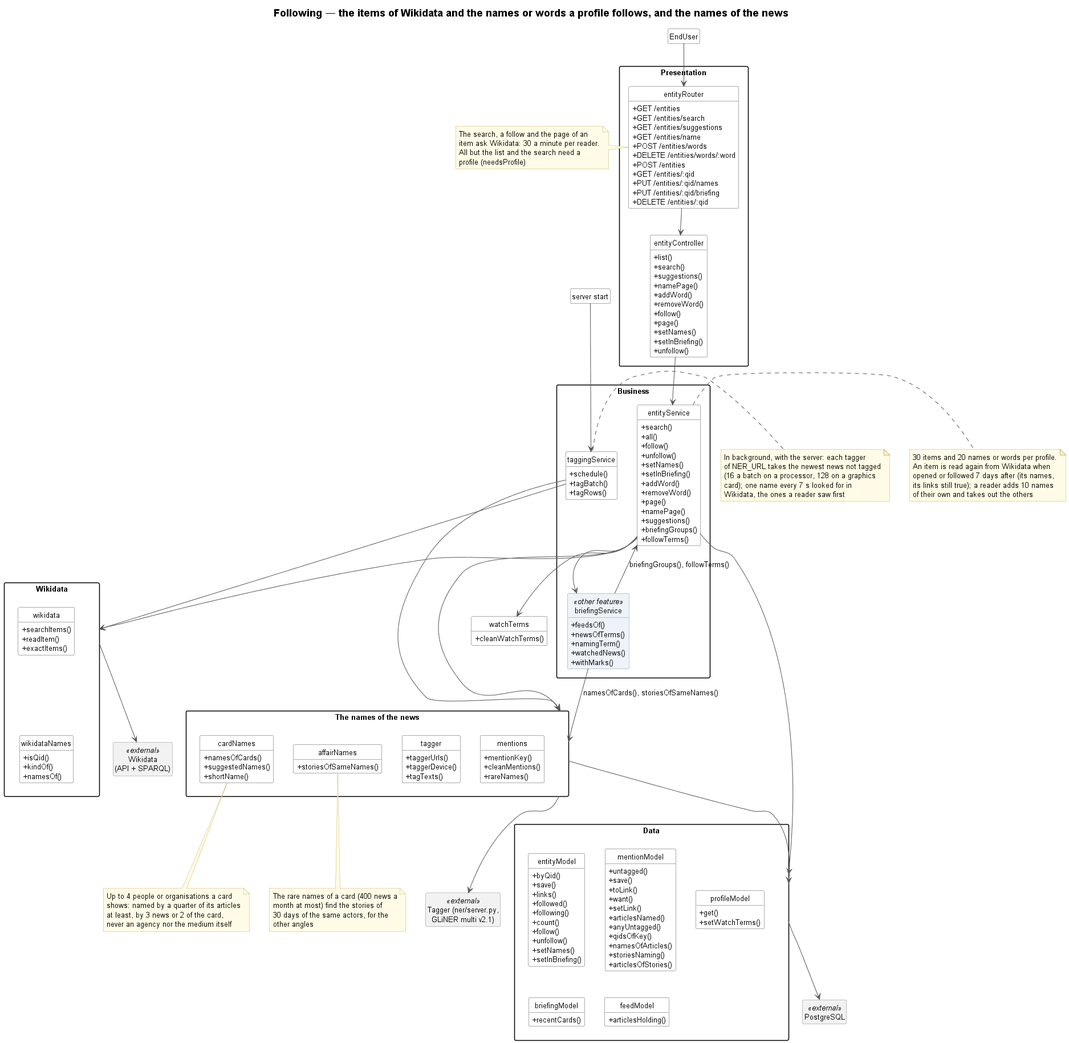
Before: docs/following/10-following.png, a diagram exported from PlantUML (TPI2026-NewsGenerator/NewsGenerator-Backend).
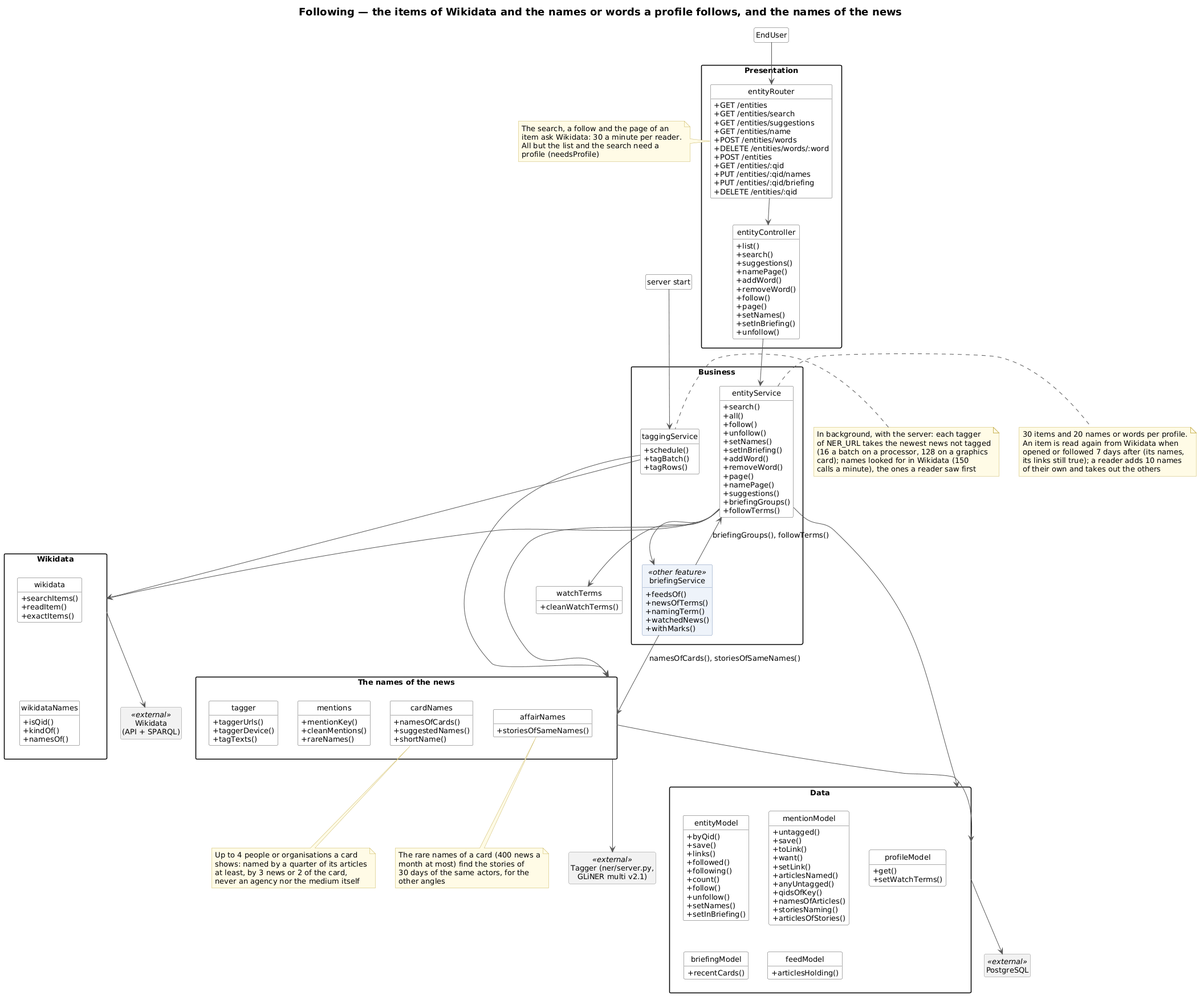
The same file after the commit.

Commit message:
Diagrams drawn again for the Wikidata calls: 150 a minute, maxlag 10

The edit, as a diff of the source:
```diff
@@ -1,5 +1,5 @@
 @startuml 10-following
-!include _style.iuml
+!include ../_style/class.iuml
 title Following — the items of Wikidata and the names or words a profile follows, and the names of the news
 
 class EndUser
@@ -77,8 +77,8 @@
     In background, with the server: each tagger
     of NER_URL takes the newest news not tagged
     (16 a batch on a processor, 128 on a graphics
-    card); one name every 7 s looked for in
-    Wikidata, the ones a reader saw first
+    card); names looked for in Wikidata (150
+    calls a minute), the ones a reader saw first
 end note
 package "Wikidata" as WikidataPkg {
     class wikidata {
```
